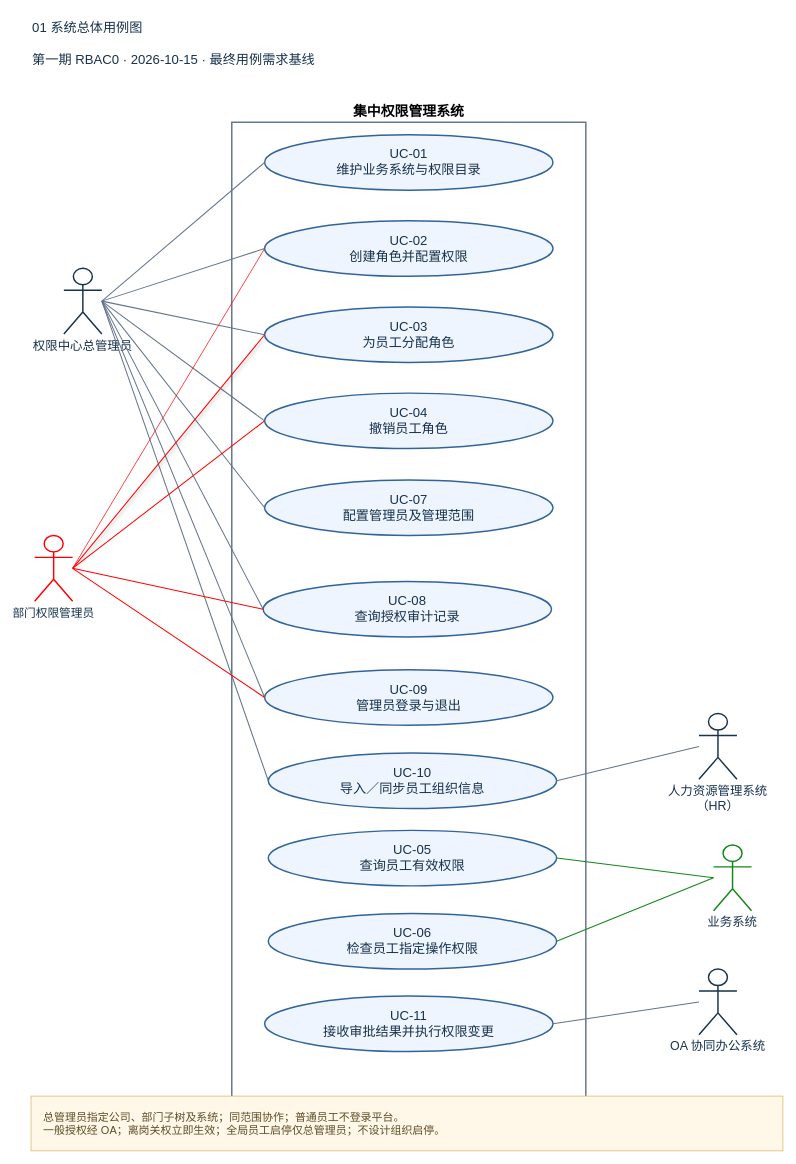
Earlier version of the draw.io diagram page "01 系统总体用例图" (1 of 2) of docs/01-requirements/按用例分类/UC-08_查询授权审计记录/相关用例图.drawio (Noah-hope/RBAC-admin). Source tidied: cells renumbered, new cells numbered last; positions are measured from the earlier drawing's top-left corner, leaving out a move shared by most shapes. Both pictures are drawn from the tidied source at 73%, with x=0, y=0 at pixel (31, 12).
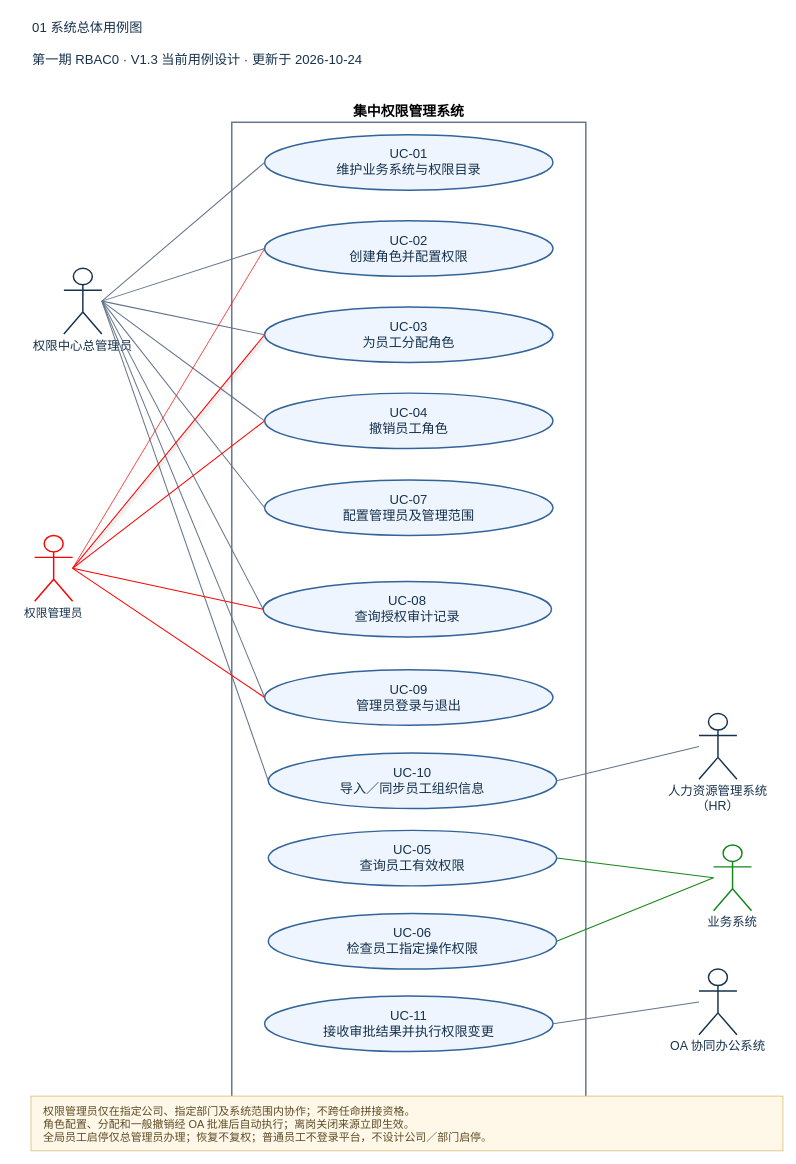
The same page after the edit.

Change to the diagram source:
```diff
@@
-    <mxCell id="3" value="第一期 RBAC0 · 2026-10-15 · 最终用例需求基线" style="text;html=0;align=left;verticalAlign=middle;whiteSpace=wrap;strokeColor=none;fillColor=none;fontSize=18;fontColor=#17324d;" parent="1" vertex="1">
+    <mxCell id="3" value="第一期 RBAC0 · V1.3 当前用例设计 · 更新于 2026-10-24" style="text;html=0;align=left;verticalAlign=middle;whiteSpace=wrap;strokeColor=none;fillColor=none;fontSize=18;fontColor=#17324d;" parent="1" vertex="1">
       <mxGeometry y="47" width="1030" height="34" as="geometry" />
     </mxCell>
@@
-    <mxCell id="17" value="部门权限管理员" style="shape=umlActor;html=0;verticalLabelPosition=bottom;verticalAlign=top;align=center;fillColor=#ffffff;strokeColor=#FF0000;strokeWidth=2;fontSize=16;fontColor=#17324d;whiteSpace=wrap;labelWidth=190;" parent="1" vertex="1">
+    <mxCell id="17" value="权限管理员" style="shape=umlActor;html=0;verticalLabelPosition=bottom;verticalAlign=top;align=center;fillColor=#ffffff;strokeColor=#FF0000;strokeWidth=2;fontSize=16;fontColor=#17324d;whiteSpace=wrap;labelWidth=190;" parent="1" vertex="1">
       <mxGeometry x="5" y="716" width="52" height="90" as="geometry" />
     </mxCell>
@@
-    <mxCell id="21" value="总管理员指定公司、部门子树及系统；同范围协作；普通员工不登录平台。&#10;一般授权经 OA；离岗关权立即生效；全局员工启停仅总管理员；不设计组织启停。" style="rounded=0;html=0;whiteSpace=wrap;align=left;spacingLeft=15;fillColor=#fff8e8;strokeColor=#d7b76a;fontColor=#5e4b24;fontSize=15;" parent="1" vertex="1">
+    <mxCell id="21" value="权限管理员仅在指定公司、指定部门及系统范围内协作；不跨任命拼接资格。&#10;角色配置、分配和一般撤销经 OA 批准后自动执行；离岗关闭来源立即生效。&#10;全局员工启停仅总管理员办理；恢复不复权；普通员工不登录平台，不设计公司／部门启停。" style="rounded=0;html=0;whiteSpace=wrap;align=left;spacingLeft=15;fillColor=#fff8e8;strokeColor=#d7b76a;fontColor=#5e4b24;fontSize=15;" parent="1" vertex="1">
       <mxGeometry y="1484" width="1030" height="75" as="geometry" />
     </mxCell>
```
